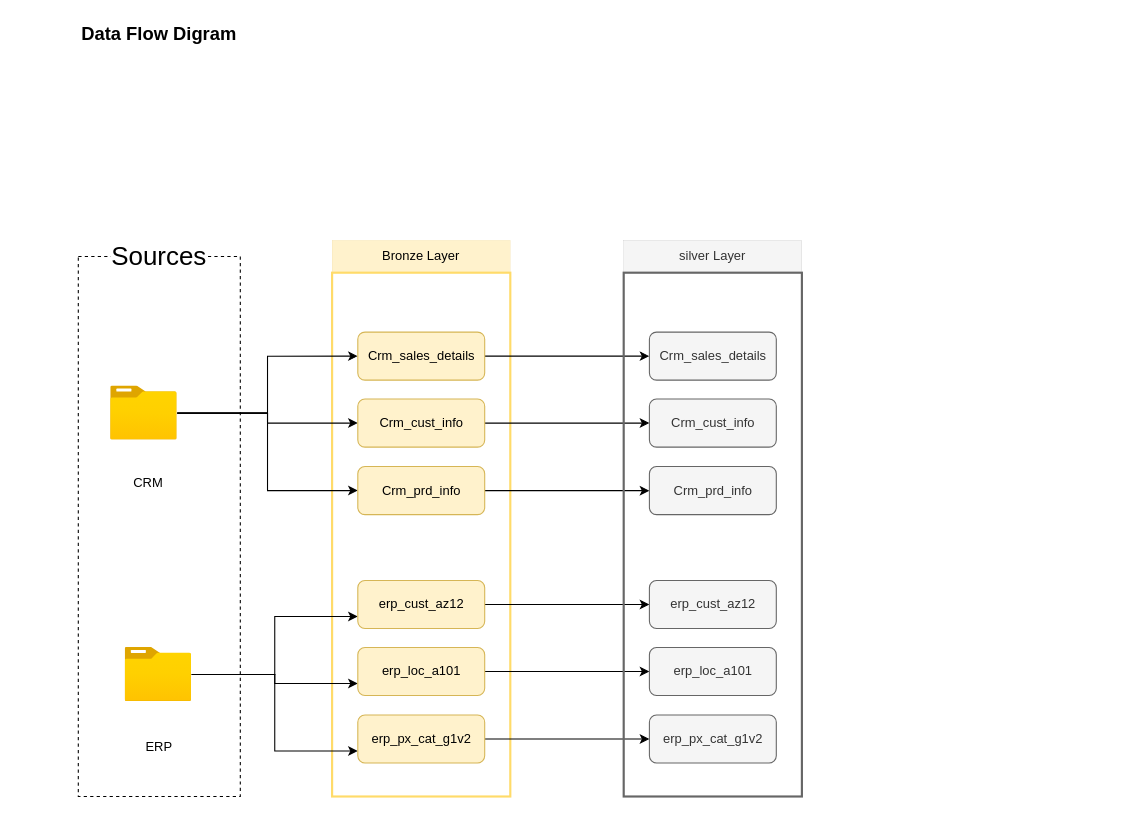
Earlier version of the draw.io diagram Data Architecure/DataFlowDigram.drawio (abdelra-hman/SQL-Data-Warehouse-Project). Source tidied: cells renumbered, new cells numbered last; positions are measured from the earlier drawing's top-left corner, leaving out a move shared by most shapes. Both pictures are drawn from the tidied source at 108%, with x=0, y=0 at pixel (18, 18).
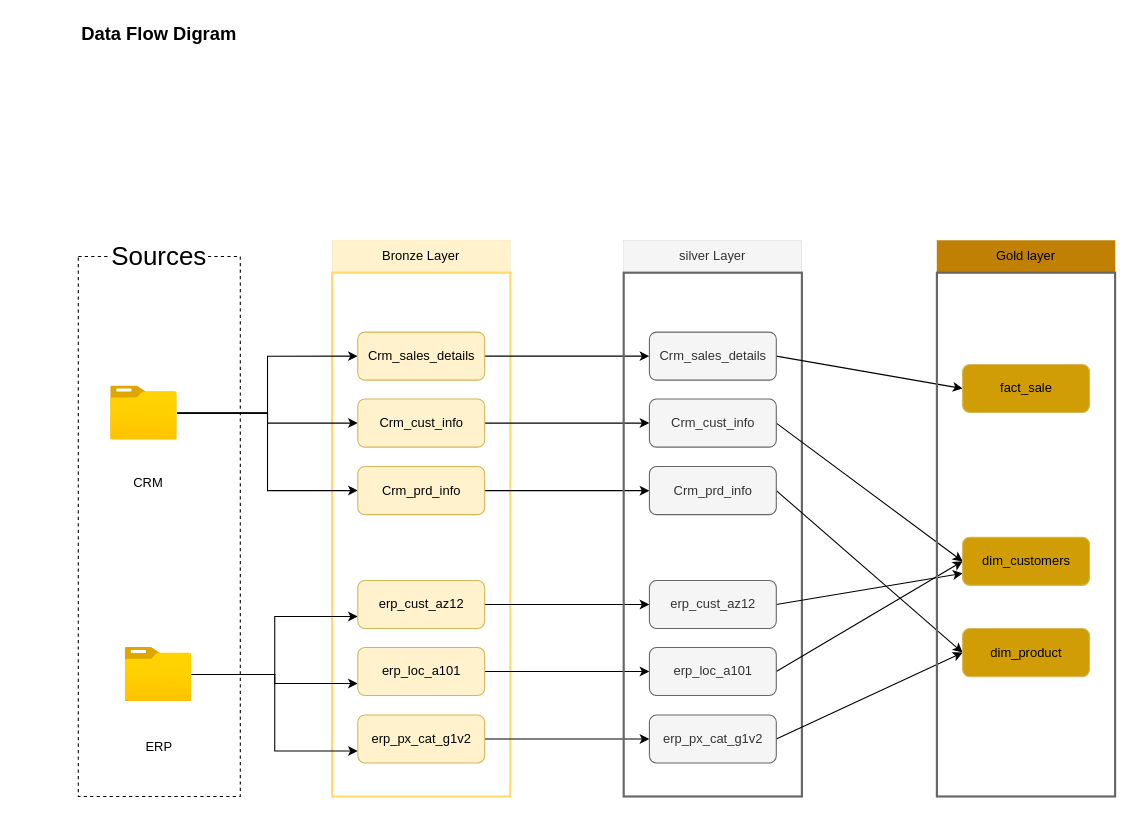
Above is the later version.

Unchanged cells that the change refers to:
```xml
<mxCell id="31" value="Crm_sales_details" style="rounded=1;whiteSpace=wrap;html=1;fillColor=#f5f5f5;strokeColor=#666666;fontColor=#333333;" parent="1" vertex="1">
  <mxGeometry x="583.8" y="290" width="117.5" height="44.5" as="geometry" />
</mxCell>
<mxCell id="32" value="Crm_cust_info" style="rounded=1;whiteSpace=wrap;html=1;fillColor=#f5f5f5;strokeColor=#666666;fontColor=#333333;" parent="1" vertex="1">
  <mxGeometry x="583.8" y="352" width="117.5" height="44.5" as="geometry" />
</mxCell>
<mxCell id="33" value="Crm_prd_info" style="rounded=1;whiteSpace=wrap;html=1;fillColor=#f5f5f5;strokeColor=#666666;fontColor=#333333;" parent="1" vertex="1">
  <mxGeometry x="583.8" y="414.5" width="117.5" height="44.5" as="geometry" />
</mxCell>
<mxCell id="34" value="erp_cust_az12" style="rounded=1;whiteSpace=wrap;html=1;fillColor=#f5f5f5;strokeColor=#666666;fontColor=#333333;" parent="1" vertex="1">
  <mxGeometry x="583.8" y="520" width="117.5" height="44.5" as="geometry" />
</mxCell>
<mxCell id="35" value="erp_loc_a101" style="rounded=1;whiteSpace=wrap;html=1;fillColor=#f5f5f5;strokeColor=#666666;fontColor=#333333;" parent="1" vertex="1">
  <mxGeometry x="583.8" y="582" width="117.5" height="44.5" as="geometry" />
</mxCell>
<mxCell id="36" value="erp_px_cat_g1v2" style="rounded=1;whiteSpace=wrap;html=1;fillColor=#f5f5f5;strokeColor=#666666;fontColor=#333333;" parent="1" vertex="1">
  <mxGeometry x="583.8" y="644.5" width="117.5" height="44.5" as="geometry" />
</mxCell>
```

Change to the diagram source:
```diff
@@
+    <mxCell id="37" style="rounded=0;jettySize=auto;html=1;exitX=1;exitY=0.5;exitDx=0;exitDy=0;entryX=0;entryY=0.5;entryDx=0;entryDy=0;" parent="1" edge="1" source="31" target="45">
+      <mxGeometry relative="1" as="geometry" />
+    </mxCell>
@@
+    <mxCell id="38" style="rounded=0;jettySize=auto;html=1;exitX=1;exitY=0.5;exitDx=0;exitDy=0;entryX=0;entryY=0.5;entryDx=0;entryDy=0;" parent="1" edge="1" source="32" target="46">
+      <mxGeometry relative="1" as="geometry" />
+    </mxCell>
@@
+    <mxCell id="39" style="rounded=0;jettySize=auto;html=1;exitX=1;exitY=0.5;exitDx=0;exitDy=0;entryX=0;entryY=0.5;entryDx=0;entryDy=0;" parent="1" edge="1" source="33" target="47">
+      <mxGeometry relative="1" as="geometry" />
+    </mxCell>
@@
+    <mxCell id="40" style="rounded=0;jettySize=auto;html=1;exitX=1;exitY=0.5;exitDx=0;exitDy=0;entryX=0;entryY=0.75;entryDx=0;entryDy=0;" parent="1" edge="1" source="34" target="46">
+      <mxGeometry relative="1" as="geometry" />
+    </mxCell>
@@
+    <mxCell id="41" style="rounded=0;jettySize=auto;html=1;exitX=1;exitY=0.5;exitDx=0;exitDy=0;entryX=0;entryY=0.5;entryDx=0;entryDy=0;" parent="1" edge="1" source="35" target="46">
+      <mxGeometry relative="1" as="geometry" />
+    </mxCell>
@@
+    <mxCell id="42" style="rounded=0;jettySize=auto;html=1;exitX=1;exitY=0.5;exitDx=0;exitDy=0;entryX=0;entryY=0.5;entryDx=0;entryDy=0;" parent="1" edge="1" source="36" target="47">
+      <mxGeometry relative="1" as="geometry" />
+    </mxCell>
@@
+    <mxCell id="43" value="Gold layer" style="rounded=0;whiteSpace=wrap;html=1;strokeColor=#BD7000;fillColor=light-dark(#bf8003, #9a5800);strokeWidth=0;perimeterSpacing=0;fontColor=#000000;" parent="1" vertex="1">
+      <mxGeometry x="850" y="205" width="165" height="30" as="geometry" />
+    </mxCell>
+    <mxCell id="44" style="rounded=0;whiteSpace=wrap;html=1;strokeColor=#666666;fillColor=none;strokeWidth=2;perimeterSpacing=0;fontColor=#333333;" parent="1" vertex="1">
+      <mxGeometry x="850" y="235" width="165" height="485" as="geometry" />
+    </mxCell>
+    <mxCell id="45" value="fact_sale" style="rounded=1;whiteSpace=wrap;html=1;fillColor=light-dark(#d09d06, #281d00);strokeColor=#d6b656;" parent="1" vertex="1">
+      <mxGeometry x="873.8" y="320" width="117.5" height="44.5" as="geometry" />
+    </mxCell>
+    <mxCell id="46" value="dim_customers" style="rounded=1;whiteSpace=wrap;html=1;fillColor=light-dark(#d09d06, #281d00);strokeColor=#d6b656;" parent="1" vertex="1">
+      <mxGeometry x="873.8" y="480" width="117.5" height="44.5" as="geometry" />
+    </mxCell>
+    <mxCell id="47" value="dim_product" style="rounded=1;whiteSpace=wrap;html=1;fillColor=light-dark(#d09d06, #281d00);strokeColor=#d6b656;" parent="1" vertex="1">
+      <mxGeometry x="873.8" y="564.5" width="117.5" height="44.5" as="geometry" />
+    </mxCell>
```
